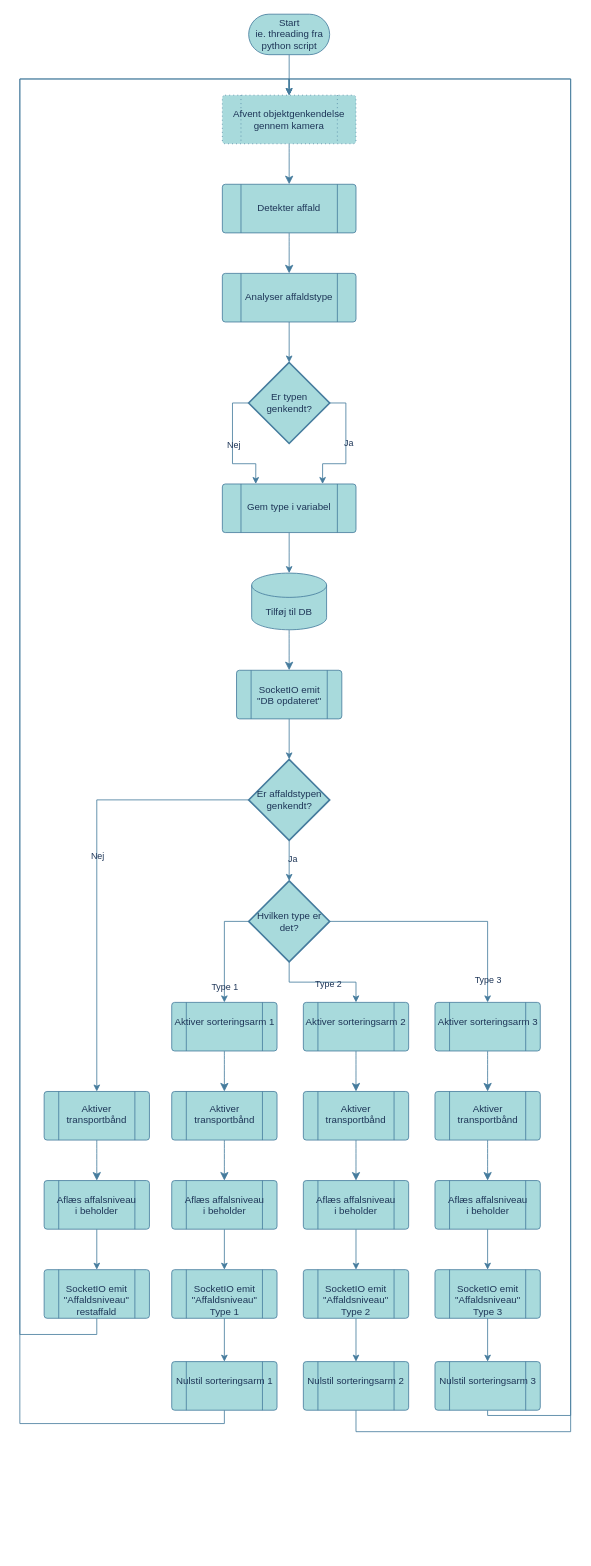
Before: hardware.drawio in KEA-F25-B8-IoT2/SAAS, a draw.io diagram. Source tidied: cells renumbered, new cells numbered last; positions are measured from the earlier drawing's top-left corner, leaving out a move shared by most shapes. Both pictures are drawn from the tidied source at 81%, with x=0, y=0 at pixel (19, 14).
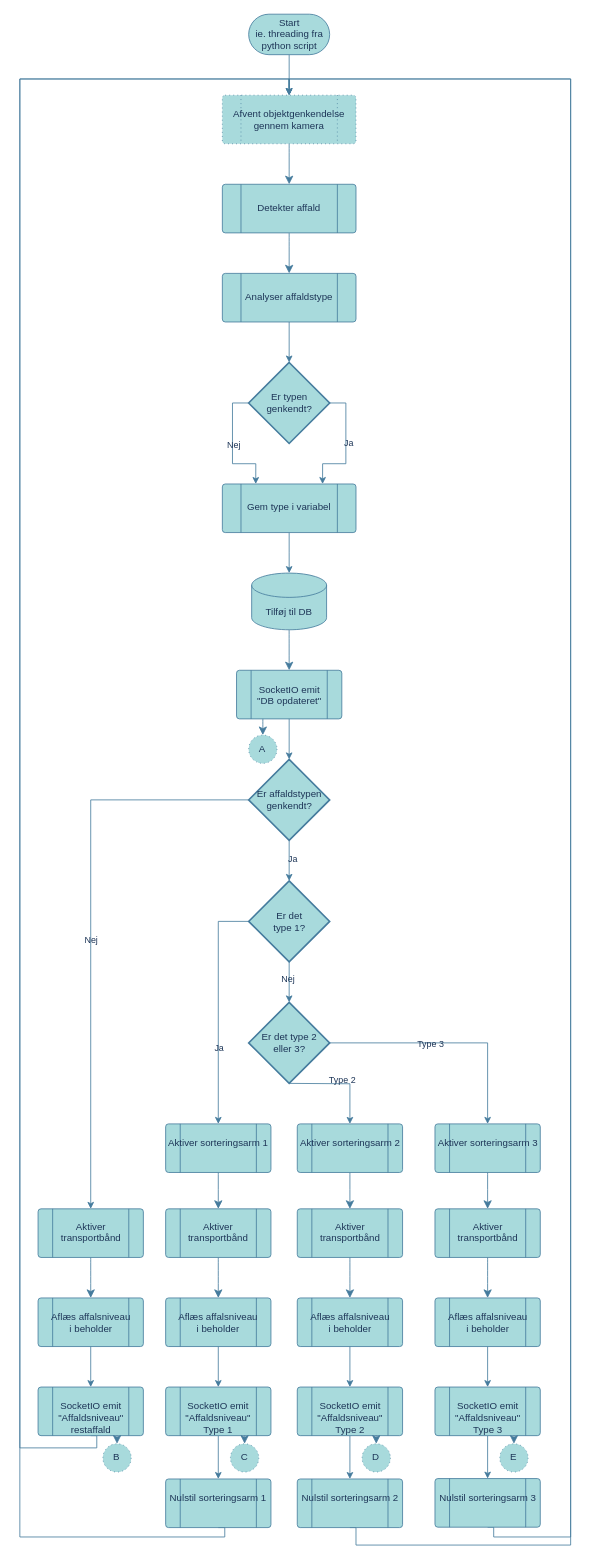
After the change.

Unchanged cells that the change refers to:
```xml
<mxCell id="5" value="Afvent objektgenkendelse&lt;br&gt;gennem kamera" style="verticalLabelPosition=bottom;verticalAlign=top;html=1;shape=process;whiteSpace=wrap;rounded=1;size=0.14;arcSize=6;align=center;spacingTop=-50;strokeColor=#457B9D;dashed=1;dashPattern=1 4;labelBackgroundColor=none;fillColor=#A8DADC;fontColor=#1D3557;" parent="1" vertex="1">
  <mxGeometry x="250" y="100" width="165" height="60" as="geometry" />
</mxCell>
<mxCell id="30" value="SocketIO emit&lt;div&gt;&quot;DB opdateret&quot;&lt;/div&gt;" style="verticalLabelPosition=bottom;verticalAlign=top;html=1;shape=process;whiteSpace=wrap;rounded=1;size=0.14;arcSize=6;align=center;spacingTop=-50;labelBackgroundColor=none;fillColor=#A8DADC;strokeColor=#457B9D;fontColor=#1D3557;" parent="1" vertex="1">
  <mxGeometry x="267.5" y="810" width="130" height="60" as="geometry" />
</mxCell>
<mxCell id="56" style="edgeStyle=orthogonalEdgeStyle;rounded=0;jettySize=auto;html=1;exitX=0;exitY=0.5;exitDx=0;exitDy=0;exitPerimeter=0;entryX=0.5;entryY=0;entryDx=0;entryDy=0;labelBackgroundColor=none;strokeColor=#457B9D;fontColor=default;" parent="1" edge="1" source="62" target="43">
  <mxGeometry relative="1" as="geometry" />
</mxCell>
```

Diff of the diagram source:
```diff
@@
     <mxCell id="11" value="Aktiver sorteringsarm 2" style="verticalLabelPosition=bottom;verticalAlign=top;html=1;shape=process;whiteSpace=wrap;rounded=1;size=0.14;arcSize=6;align=center;spacingTop=-50;labelBackgroundColor=none;fillColor=#A8DADC;strokeColor=#457B9D;fontColor=#1D3557;" parent="1" vertex="1">
-      <mxGeometry x="350" y="1220" width="130" height="60" as="geometry" />
+      <mxGeometry x="342.5" y="1370" width="130" height="60" as="geometry" />
     </mxCell>
@@
     <mxCell id="15" value="Aktiver &lt;br&gt;transportbånd" style="verticalLabelPosition=bottom;verticalAlign=top;html=1;shape=process;whiteSpace=wrap;rounded=1;size=0.14;arcSize=6;align=center;spacingTop=-52;labelBackgroundColor=none;fillColor=#A8DADC;strokeColor=#457B9D;fontColor=#1D3557;" parent="1" vertex="1">
-      <mxGeometry x="350" y="1330" width="130" height="60" as="geometry" />
+      <mxGeometry x="342.5" y="1474.9" width="130" height="60" as="geometry" />
     </mxCell>
@@
     <mxCell id="17" value="Aflæs affalsniveau&lt;br&gt;i beholder" style="verticalLabelPosition=bottom;verticalAlign=top;html=1;shape=process;whiteSpace=wrap;rounded=1;size=0.14;arcSize=6;align=center;spacingTop=-50;labelBackgroundColor=none;fillColor=#A8DADC;strokeColor=#457B9D;fontColor=#1D3557;" parent="1" vertex="1">
-      <mxGeometry x="350" y="1440" width="130" height="60" as="geometry" />
+      <mxGeometry x="342.5" y="1584.9" width="130" height="60" as="geometry" />
     </mxCell>
@@
     <mxCell id="32" value="SocketIO emit&lt;div&gt;&quot;Affaldsniveau&quot;&lt;/div&gt;&lt;div&gt;Type 2&lt;/div&gt;" style="verticalLabelPosition=bottom;verticalAlign=top;html=1;shape=process;whiteSpace=wrap;rounded=1;size=0.14;arcSize=6;align=center;spacingTop=-50;labelBackgroundColor=none;fillColor=#A8DADC;strokeColor=#457B9D;fontColor=#1D3557;" parent="1" vertex="1">
-      <mxGeometry x="350" y="1550" width="130" height="60" as="geometry" />
+      <mxGeometry x="342.5" y="1694.9" width="130" height="60" as="geometry" />
     </mxCell>
@@
     <mxCell id="35" value="Aktiver sorteringsarm 3" style="verticalLabelPosition=bottom;verticalAlign=top;html=1;shape=process;whiteSpace=wrap;rounded=1;size=0.14;arcSize=6;align=center;spacingTop=-50;labelBackgroundColor=none;fillColor=#A8DADC;strokeColor=#457B9D;fontColor=#1D3557;" parent="1" vertex="1">
-      <mxGeometry x="512.5" y="1220" width="130" height="60" as="geometry" />
+      <mxGeometry x="512.5" y="1370" width="130" height="60" as="geometry" />
     </mxCell>
@@
     <mxCell id="37" value="Aktiver &lt;br&gt;transportbånd" style="verticalLabelPosition=bottom;verticalAlign=top;html=1;shape=process;whiteSpace=wrap;rounded=1;size=0.14;arcSize=6;align=center;spacingTop=-52;labelBackgroundColor=none;fillColor=#A8DADC;strokeColor=#457B9D;fontColor=#1D3557;" parent="1" vertex="1">
-      <mxGeometry x="512.5" y="1330" width="130" height="60" as="geometry" />
+      <mxGeometry x="512.5" y="1474.9" width="130" height="60" as="geometry" />
     </mxCell>
@@
     <mxCell id="39" value="Aflæs affalsniveau&lt;br&gt;i beholder" style="verticalLabelPosition=bottom;verticalAlign=top;html=1;shape=process;whiteSpace=wrap;rounded=1;size=0.14;arcSize=6;align=center;spacingTop=-50;labelBackgroundColor=none;fillColor=#A8DADC;strokeColor=#457B9D;fontColor=#1D3557;" parent="1" vertex="1">
-      <mxGeometry x="512.5" y="1440" width="130" height="60" as="geometry" />
+      <mxGeometry x="512.5" y="1584.9" width="130" height="60" as="geometry" />
     </mxCell>
@@
     <mxCell id="41" value="SocketIO emit&lt;div&gt;&quot;Affaldsniveau&quot;&lt;/div&gt;&lt;div&gt;Type 3&lt;/div&gt;" style="verticalLabelPosition=bottom;verticalAlign=top;html=1;shape=process;whiteSpace=wrap;rounded=1;size=0.14;arcSize=6;align=center;spacingTop=-50;labelBackgroundColor=none;fillColor=#A8DADC;strokeColor=#457B9D;fontColor=#1D3557;" parent="1" vertex="1">
-      <mxGeometry x="512.5" y="1550" width="130" height="60" as="geometry" />
+      <mxGeometry x="512.5" y="1694.9" width="130" height="60" as="geometry" />
     </mxCell>
@@
     <mxCell id="43" value="Aktiver sorteringsarm 1" style="verticalLabelPosition=bottom;verticalAlign=top;html=1;shape=process;whiteSpace=wrap;rounded=1;size=0.14;arcSize=6;align=center;spacingTop=-50;labelBackgroundColor=none;fillColor=#A8DADC;strokeColor=#457B9D;fontColor=#1D3557;" parent="1" vertex="1">
-      <mxGeometry x="187.5" y="1220" width="130" height="60" as="geometry" />
+      <mxGeometry x="180" y="1370" width="130" height="60" as="geometry" />
     </mxCell>
@@
     <mxCell id="45" value="Aktiver &lt;br&gt;transportbånd" style="verticalLabelPosition=bottom;verticalAlign=top;html=1;shape=process;whiteSpace=wrap;rounded=1;size=0.14;arcSize=6;align=center;spacingTop=-52;labelBackgroundColor=none;fillColor=#A8DADC;strokeColor=#457B9D;fontColor=#1D3557;" parent="1" vertex="1">
-      <mxGeometry x="187.5" y="1330" width="130" height="60" as="geometry" />
+      <mxGeometry x="180" y="1474.9" width="130" height="60" as="geometry" />
     </mxCell>
@@
     <mxCell id="47" value="Aflæs affalsniveau&lt;br&gt;i beholder" style="verticalLabelPosition=bottom;verticalAlign=top;html=1;shape=process;whiteSpace=wrap;rounded=1;size=0.14;arcSize=6;align=center;spacingTop=-50;labelBackgroundColor=none;fillColor=#A8DADC;strokeColor=#457B9D;fontColor=#1D3557;" parent="1" vertex="1">
-      <mxGeometry x="187.5" y="1440" width="130" height="60" as="geometry" />
+      <mxGeometry x="180" y="1584.9" width="130" height="60" as="geometry" />
     </mxCell>
@@
     <mxCell id="49" value="SocketIO emit&lt;div&gt;&quot;Affaldsniveau&quot;&lt;/div&gt;&lt;div&gt;Type 1&lt;/div&gt;" style="verticalLabelPosition=bottom;verticalAlign=top;html=1;shape=process;whiteSpace=wrap;rounded=1;size=0.14;arcSize=6;align=center;spacingTop=-50;labelBackgroundColor=none;fillColor=#A8DADC;strokeColor=#457B9D;fontColor=#1D3557;" parent="1" vertex="1">
-      <mxGeometry x="187.5" y="1550" width="130" height="60" as="geometry" />
+      <mxGeometry x="180" y="1694.9" width="130" height="60" as="geometry" />
     </mxCell>
@@
     <mxCell id="51" value="Aktiver &lt;br&gt;transportbånd" style="verticalLabelPosition=bottom;verticalAlign=top;html=1;shape=process;whiteSpace=wrap;rounded=1;size=0.14;arcSize=6;align=center;spacingTop=-52;labelBackgroundColor=none;fillColor=#A8DADC;strokeColor=#457B9D;fontColor=#1D3557;" parent="1" vertex="1">
-      <mxGeometry x="30" y="1330" width="130" height="60" as="geometry" />
+      <mxGeometry x="22.5" y="1474.9" width="130" height="60" as="geometry" />
     </mxCell>
@@
     <mxCell id="53" value="Aflæs affalsniveau&lt;br&gt;i beholder" style="verticalLabelPosition=bottom;verticalAlign=top;html=1;shape=process;whiteSpace=wrap;rounded=1;size=0.14;arcSize=6;align=center;spacingTop=-50;labelBackgroundColor=none;fillColor=#A8DADC;strokeColor=#457B9D;fontColor=#1D3557;" parent="1" vertex="1">
-      <mxGeometry x="30" y="1440" width="130" height="60" as="geometry" />
+      <mxGeometry x="22.5" y="1584.9" width="130" height="60" as="geometry" />
     </mxCell>
     <mxCell id="54" style="edgeStyle=orthogonalEdgeStyle;rounded=0;jettySize=auto;html=1;exitX=0.5;exitY=1;exitDx=0;exitDy=0;entryX=0.5;entryY=0;entryDx=0;entryDy=0;labelBackgroundColor=none;strokeColor=#457B9D;fontColor=default;" parent="1" edge="1" source="55" target="5">
       <mxGeometry relative="1" as="geometry">
         <Array as="points">
-          <mxPoint x="95" y="1630" />
-          <mxPoint y="1630" />
+          <mxPoint x="95" y="1755" />
+          <mxPoint x="95" y="1770" />
+          <mxPoint y="1770" />
           <mxPoint y="80" />
           <mxPoint x="333" y="80" />
         </Array>
       </mxGeometry>
     </mxCell>
     <mxCell id="55" value="SocketIO emit&lt;div&gt;&quot;Affaldsniveau&quot;&lt;/div&gt;&lt;div&gt;restaffald&lt;/div&gt;" style="verticalLabelPosition=bottom;verticalAlign=top;html=1;shape=process;whiteSpace=wrap;rounded=1;size=0.14;arcSize=6;align=center;spacingTop=-50;labelBackgroundColor=none;fillColor=#A8DADC;strokeColor=#457B9D;fontColor=#1D3557;" parent="1" vertex="1">
-      <mxGeometry x="30" y="1550" width="130" height="60" as="geometry" />
+      <mxGeometry x="22.5" y="1694.9" width="130" height="60" as="geometry" />
     </mxCell>
@@
-    <mxCell id="57" value="Type 1" style="edgeLabel;html=1;align=center;verticalAlign=middle;labelBackgroundColor=none;fontColor=#1D3557;" parent="56" vertex="1">
+    <mxCell id="57" value="Ja" style="edgeLabel;html=1;align=center;verticalAlign=middle;labelBackgroundColor=none;fontColor=#1D3557;" parent="56" vertex="1">
       <mxGeometry x="0.06" y="-2" relative="1" as="geometry">
         <mxPoint x="2" y="41" as="offset" />
       </mxGeometry>
     </mxCell>
-    <mxCell id="58" style="edgeStyle=orthogonalEdgeStyle;rounded=0;jettySize=auto;html=1;exitX=0.5;exitY=1;exitDx=0;exitDy=0;exitPerimeter=0;entryX=0.5;entryY=0;entryDx=0;entryDy=0;labelBackgroundColor=none;strokeColor=#457B9D;fontColor=default;" parent="1" edge="1" source="62" target="11">
-      <mxGeometry relative="1" as="geometry" />
+    <mxCell id="58" style="edgeStyle=orthogonalEdgeStyle;rounded=0;jettySize=auto;html=1;exitX=0.5;exitY=1;exitDx=0;exitDy=0;exitPerimeter=0;entryX=0.5;entryY=0;entryDx=0;entryDy=0;labelBackgroundColor=none;strokeColor=#457B9D;fontColor=default;" parent="1" edge="1" target="11">
+      <mxGeometry relative="1" as="geometry">
+        <mxPoint x="332.5" y="1320" as="sourcePoint" />
+      </mxGeometry>
     </mxCell>
     <mxCell id="59" value="Type 2" style="edgeLabel;html=1;align=center;verticalAlign=middle;labelBackgroundColor=none;fontColor=#1D3557;" parent="58" vertex="1">
       <mxGeometry x="0.08" y="-2" relative="1" as="geometry">
-        <mxPoint x="1" as="offset" />
+        <mxPoint x="-2" y="-7" as="offset" />
       </mxGeometry>
     </mxCell>
-    <mxCell id="60" style="edgeStyle=orthogonalEdgeStyle;rounded=0;jettySize=auto;html=1;exitX=1;exitY=0.5;exitDx=0;exitDy=0;exitPerimeter=0;entryX=0.5;entryY=0;entryDx=0;entryDy=0;labelBackgroundColor=none;strokeColor=#457B9D;fontColor=default;" parent="1" edge="1" source="62" target="35">
-      <mxGeometry relative="1" as="geometry" />
-    </mxCell>
-    <mxCell id="61" value="Type 3" style="edgeLabel;html=1;align=center;verticalAlign=middle;labelBackgroundColor=none;fontColor=#1D3557;" parent="60" vertex="1">
-      <mxGeometry x="0.72" y="1" relative="1" as="geometry">
-        <mxPoint x="-1" y="12" as="offset" />
-      </mxGeometry>
-    </mxCell>
-    <mxCell id="62" value="Hvilken type er det?" style="strokeWidth=2;html=1;shape=mxgraph.flowchart.decision;whiteSpace=wrap;labelBackgroundColor=none;fillColor=#A8DADC;strokeColor=#457B9D;fontColor=#1D3557;" parent="1" vertex="1">
+    <mxCell id="62" value="Er det &lt;br&gt;type 1?" style="strokeWidth=2;html=1;shape=mxgraph.flowchart.decision;whiteSpace=wrap;labelBackgroundColor=none;fillColor=#A8DADC;strokeColor=#457B9D;fontColor=#1D3557;" parent="1" vertex="1">
       <mxGeometry x="282.5" y="1070" width="100" height="100" as="geometry" />
     </mxCell>
     <mxCell id="63" style="edgeStyle=orthogonalEdgeStyle;rounded=0;jettySize=auto;html=1;exitX=0.5;exitY=1;exitDx=0;exitDy=0;entryX=0.5;entryY=0;entryDx=0;entryDy=0;labelBackgroundColor=none;strokeColor=#457B9D;fontColor=default;" parent="1" edge="1" source="64" target="5">
       <mxGeometry relative="1" as="geometry">
         <Array as="points">
-          <mxPoint x="253" y="1740" />
-          <mxPoint y="1740" />
+          <mxPoint x="253" y="1868" />
+          <mxPoint x="253" y="1880" />
+          <mxPoint y="1880" />
           <mxPoint y="80" />
           <mxPoint x="333" y="80" />
         </Array>
       </mxGeometry>
     </mxCell>
     <mxCell id="64" value="Nulstil sorteringsarm 1" style="verticalLabelPosition=bottom;verticalAlign=top;html=1;shape=process;whiteSpace=wrap;rounded=1;size=0.14;arcSize=6;align=center;spacingTop=-50;labelBackgroundColor=none;fillColor=#A8DADC;strokeColor=#457B9D;fontColor=#1D3557;" parent="1" vertex="1">
-      <mxGeometry x="187.5" y="1663.5" width="130" height="60" as="geometry" />
+      <mxGeometry x="180" y="1808.4" width="130" height="60" as="geometry" />
     </mxCell>
     <mxCell id="65" style="edgeStyle=orthogonalEdgeStyle;rounded=0;jettySize=auto;html=1;exitX=0.5;exitY=1;exitDx=0;exitDy=0;entryX=0.5;entryY=0;entryDx=0;entryDy=0;labelBackgroundColor=none;strokeColor=#457B9D;fontColor=default;" parent="1" edge="1" source="66" target="5">
       <mxGeometry relative="1" as="geometry">
         <Array as="points">
-          <mxPoint x="415" y="1750" />
-          <mxPoint x="680" y="1750" />
+          <mxPoint x="415" y="1868" />
+          <mxPoint x="415" y="1890" />
+          <mxPoint x="680" y="1890" />
           <mxPoint x="680" y="80" />
           <mxPoint x="333" y="80" />
         </Array>
       </mxGeometry>
     </mxCell>
     <mxCell id="66" value="Nulstil sorteringsarm 2" style="verticalLabelPosition=bottom;verticalAlign=top;html=1;shape=process;whiteSpace=wrap;rounded=1;size=0.14;arcSize=6;align=center;spacingTop=-50;labelBackgroundColor=none;fillColor=#A8DADC;strokeColor=#457B9D;fontColor=#1D3557;" parent="1" vertex="1">
-      <mxGeometry x="350" y="1663.5" width="130" height="60" as="geometry" />
+      <mxGeometry x="342.5" y="1808.4" width="130" height="60" as="geometry" />
     </mxCell>
     <mxCell id="67" style="edgeStyle=orthogonalEdgeStyle;rounded=0;jettySize=auto;html=1;exitX=0.5;exitY=1;exitDx=0;exitDy=0;entryX=0.5;entryY=0;entryDx=0;entryDy=0;labelBackgroundColor=none;strokeColor=#457B9D;fontColor=default;" parent="1" edge="1" source="68" target="5">
       <mxGeometry relative="1" as="geometry">
         <Array as="points">
-          <mxPoint x="577" y="1730" />
-          <mxPoint x="680" y="1730" />
+          <mxPoint x="585" y="1868" />
+          <mxPoint x="585" y="1880" />
+          <mxPoint x="680" y="1880" />
           <mxPoint x="680" y="80" />
           <mxPoint x="333" y="80" />
         </Array>
       </mxGeometry>
     </mxCell>
     <mxCell id="68" value="Nulstil sorteringsarm 3" style="verticalLabelPosition=bottom;verticalAlign=top;html=1;shape=process;whiteSpace=wrap;rounded=1;size=0.14;arcSize=6;align=center;spacingTop=-50;labelBackgroundColor=none;fillColor=#A8DADC;strokeColor=#457B9D;fontColor=#1D3557;" parent="1" vertex="1">
-      <mxGeometry x="512.5" y="1663.5" width="130" height="60" as="geometry" />
+      <mxGeometry x="512.5" y="1807.9" width="130" height="60" as="geometry" />
     </mxCell>
+    <mxCell id="69" value="A" style="verticalLabelPosition=bottom;verticalAlign=top;html=1;shape=mxgraph.flowchart.on-page_reference;dashed=1;dashPattern=1 4;spacingTop=-32;spacingLeft=-2;labelBackgroundColor=none;fillColor=#A8DADC;strokeColor=#457B9D;fontColor=#1D3557;" parent="1" vertex="1">
+      <mxGeometry x="282.5" y="890" width="35" height="35" as="geometry" />
+    </mxCell>
+    <mxCell id="70" style="edgeStyle=none;curved=1;rounded=0;jettySize=auto;html=1;exitX=0.25;exitY=1;exitDx=0;exitDy=0;entryX=0.5;entryY=0;entryDx=0;entryDy=0;entryPerimeter=0;fontSize=12;startSize=8;endSize=8;labelBackgroundColor=none;strokeColor=#457B9D;fontColor=default;" parent="1" edge="1" source="30" target="69">
+      <mxGeometry relative="1" as="geometry" />
+    </mxCell>
+    <mxCell id="71" value="B" style="verticalLabelPosition=bottom;verticalAlign=top;html=1;shape=mxgraph.flowchart.on-page_reference;dashed=1;dashPattern=1 4;spacingTop=-32;spacingLeft=-2;labelBackgroundColor=none;fillColor=#A8DADC;strokeColor=#457B9D;fontColor=#1D3557;" parent="1" vertex="1">
+      <mxGeometry x="102.5" y="1764.9" width="35" height="35" as="geometry" />
+    </mxCell>
+    <mxCell id="72" style="edgeStyle=none;curved=1;rounded=0;jettySize=auto;html=1;exitX=0.75;exitY=1;exitDx=0;exitDy=0;entryX=0.5;entryY=0;entryDx=0;entryDy=0;entryPerimeter=0;strokeColor=#457B9D;fontSize=12;fontColor=default;startSize=8;endSize=8;fillColor=#A8DADC;labelBackgroundColor=none;" parent="1" edge="1" source="55" target="71">
+      <mxGeometry relative="1" as="geometry" />
+    </mxCell>
+    <mxCell id="73" value="C" style="verticalLabelPosition=bottom;verticalAlign=top;html=1;shape=mxgraph.flowchart.on-page_reference;dashed=1;dashPattern=1 4;spacingTop=-32;spacingLeft=-2;labelBackgroundColor=none;fillColor=#A8DADC;strokeColor=#457B9D;fontColor=#1D3557;" parent="1" vertex="1">
+      <mxGeometry x="260" y="1764.9" width="35" height="35" as="geometry" />
+    </mxCell>
+    <mxCell id="74" style="edgeStyle=none;curved=1;rounded=0;jettySize=auto;html=1;exitX=0.75;exitY=1;exitDx=0;exitDy=0;entryX=0.5;entryY=0;entryDx=0;entryDy=0;entryPerimeter=0;strokeColor=#457B9D;fontSize=12;fontColor=default;startSize=8;endSize=8;fillColor=#A8DADC;labelBackgroundColor=none;" parent="1" edge="1" source="49" target="73">
+      <mxGeometry relative="1" as="geometry" />
+    </mxCell>
+    <mxCell id="75" value="D" style="verticalLabelPosition=bottom;verticalAlign=top;html=1;shape=mxgraph.flowchart.on-page_reference;dashed=1;dashPattern=1 4;spacingTop=-32;spacingLeft=-2;labelBackgroundColor=none;fillColor=#A8DADC;strokeColor=#457B9D;fontColor=#1D3557;" parent="1" vertex="1">
+      <mxGeometry x="422.5" y="1764.9" width="35" height="35" as="geometry" />
+    </mxCell>
+    <mxCell id="76" style="edgeStyle=none;curved=1;rounded=0;jettySize=auto;html=1;exitX=0.75;exitY=1;exitDx=0;exitDy=0;entryX=0.5;entryY=0;entryDx=0;entryDy=0;entryPerimeter=0;strokeColor=#457B9D;fontSize=12;fontColor=default;startSize=8;endSize=8;fillColor=#A8DADC;labelBackgroundColor=none;" parent="1" edge="1" source="32" target="75">
+      <mxGeometry relative="1" as="geometry" />
+    </mxCell>
+    <mxCell id="77" value="E" style="verticalLabelPosition=bottom;verticalAlign=top;html=1;shape=mxgraph.flowchart.on-page_reference;dashed=1;dashPattern=1 4;spacingTop=-32;spacingLeft=-2;labelBackgroundColor=none;fillColor=#A8DADC;strokeColor=#457B9D;fontColor=#1D3557;" parent="1" vertex="1">
+      <mxGeometry x="592.5" y="1764.9" width="35" height="35" as="geometry" />
+    </mxCell>
+    <mxCell id="78" style="edgeStyle=none;curved=1;rounded=0;jettySize=auto;html=1;exitX=0.75;exitY=1;exitDx=0;exitDy=0;entryX=0.5;entryY=0;entryDx=0;entryDy=0;entryPerimeter=0;strokeColor=#457B9D;fontSize=12;fontColor=default;startSize=8;endSize=8;fillColor=#A8DADC;labelBackgroundColor=none;" parent="1" edge="1" source="41" target="77">
+      <mxGeometry relative="1" as="geometry" />
+    </mxCell>
+    <mxCell id="79" style="edgeStyle=orthogonalEdgeStyle;rounded=0;jettySize=auto;html=1;exitX=1;exitY=0.5;exitDx=0;exitDy=0;exitPerimeter=0;entryX=0.5;entryY=0;entryDx=0;entryDy=0;labelBackgroundColor=none;strokeColor=#457B9D;fontColor=default;" parent="1" edge="1" source="80" target="35">
+      <mxGeometry relative="1" as="geometry" />
+    </mxCell>
+    <mxCell id="61" value="Type 3" style="edgeLabel;html=1;align=center;verticalAlign=middle;labelBackgroundColor=none;fontColor=#1D3557;" parent="79" vertex="1">
+      <mxGeometry x="-0.16" relative="1" as="geometry" />
+    </mxCell>
+    <mxCell id="80" value="Er det type 2 &lt;br&gt;eller 3?" style="strokeWidth=2;html=1;shape=mxgraph.flowchart.decision;whiteSpace=wrap;labelBackgroundColor=none;fillColor=#A8DADC;strokeColor=#457B9D;fontColor=#1D3557;" parent="1" vertex="1">
+      <mxGeometry x="282.5" y="1220" width="100" height="100" as="geometry" />
+    </mxCell>
+    <mxCell id="81" style="edgeStyle=orthogonalEdgeStyle;rounded=0;jettySize=auto;html=1;exitX=0.5;exitY=1;exitDx=0;exitDy=0;exitPerimeter=0;entryX=0.5;entryY=0;entryDx=0;entryDy=0;entryPerimeter=0;labelBackgroundColor=none;strokeColor=#457B9D;fontColor=default;" parent="1" edge="1" source="62" target="80">
+      <mxGeometry relative="1" as="geometry" />
+    </mxCell>
+    <mxCell id="82" value="Nej" style="edgeLabel;html=1;align=center;verticalAlign=middle;labelBackgroundColor=none;fontColor=#1D3557;" parent="81" vertex="1">
+      <mxGeometry x="-0.19" y="-2" relative="1" as="geometry" />
+    </mxCell>
```
